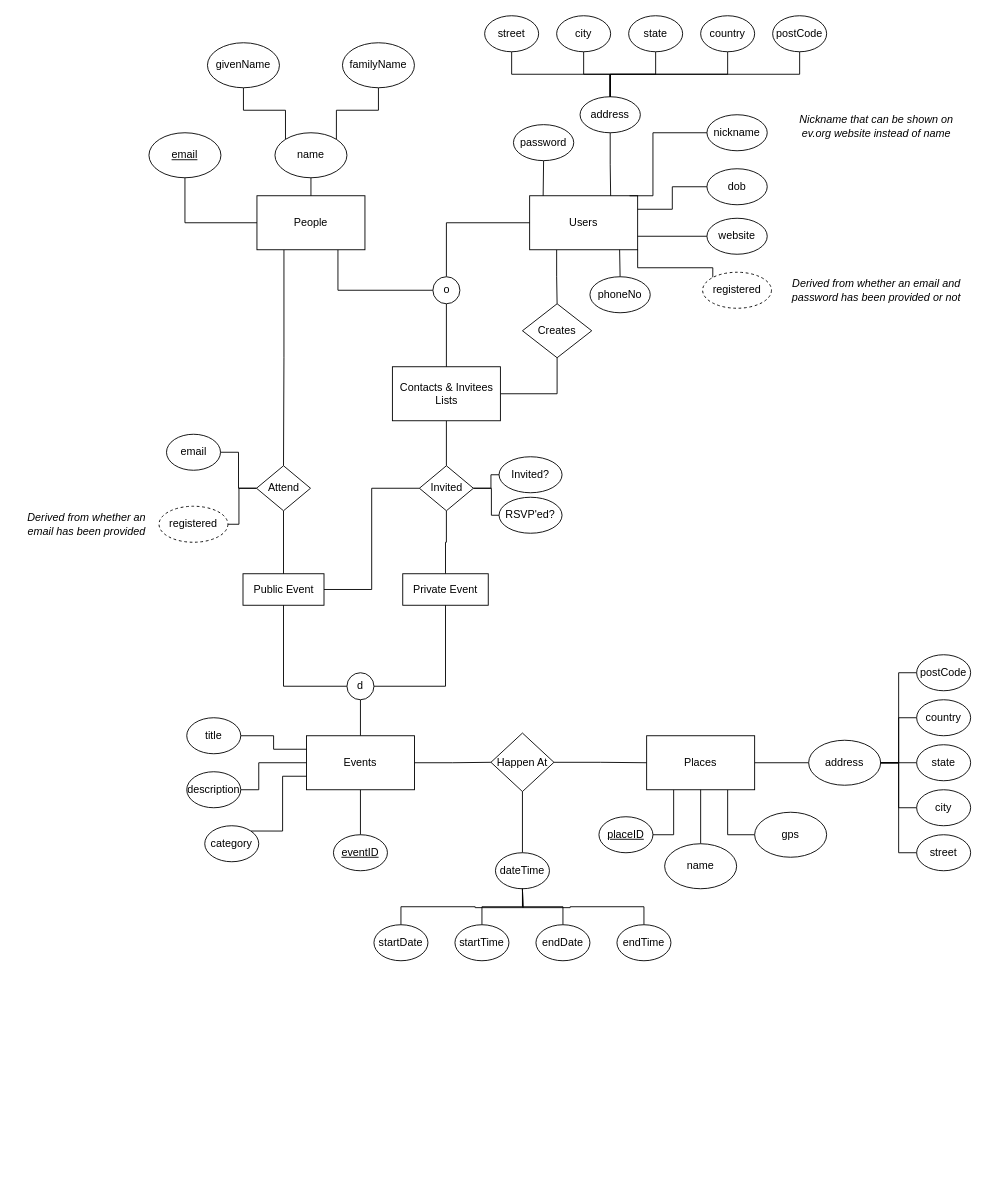
This is Week3assignment1.drawio from drewmillerwilson/demo-repo, a draw.io file, before an edit. Source tidied: cells renumbered, new cells numbered last; positions are measured from the earlier drawing's top-left corner, leaving out a move shared by most shapes. Both pictures are drawn from the tidied source at 90%, with x=0, y=0 at pixel (14, 15).
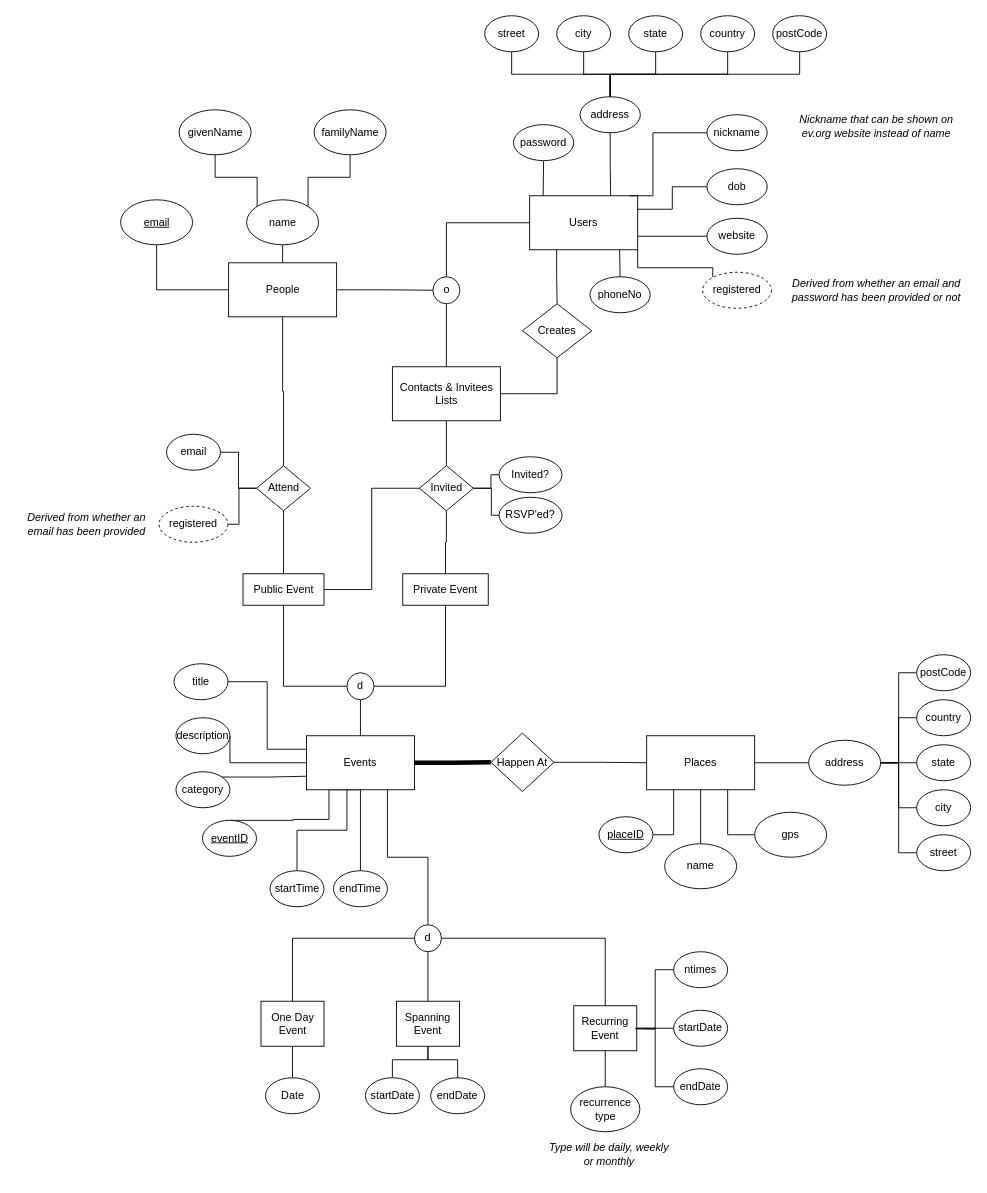
Above is the later version.

The change refers to these unchanged cells:
```xml
<mxCell id="11" value="Events" style="rounded=0;whiteSpace=wrap;html=1;" parent="1" vertex="1">
  <mxGeometry x="324" y="800" width="120" height="60" as="geometry" />
</mxCell>
<mxCell id="70" value="Happen At" style="rhombus;whiteSpace=wrap;html=1;" parent="1" vertex="1">
  <mxGeometry x="529" y="797" width="70" height="65" as="geometry" />
</mxCell>
<mxCell id="76" value="Attend" style="rhombus;whiteSpace=wrap;html=1;" parent="1" vertex="1">
  <mxGeometry x="268.5" y="500" width="60" height="50" as="geometry" />
</mxCell>
<mxCell id="100" value="o" style="ellipse;whiteSpace=wrap;html=1;" parent="1" vertex="1">
  <mxGeometry x="464.5" y="290" width="30" height="30" as="geometry" />
</mxCell>
```

Change to the diagram source:
```diff
@@
-    <mxCell id="2" style="edgeStyle=orthogonalEdgeStyle;rounded=0;jettySize=auto;html=1;exitX=0.25;exitY=1;exitDx=0;exitDy=0;entryX=0.5;entryY=0;entryDx=0;entryDy=0;endArrow=none;endFill=0;" parent="1" edge="1" source="4" target="76">
+    <mxCell id="2" style="edgeStyle=orthogonalEdgeStyle;rounded=0;jettySize=auto;html=1;exitX=0.5;exitY=1;exitDx=0;exitDy=0;entryX=0.5;entryY=0;entryDx=0;entryDy=0;endArrow=none;endFill=0;strokeWidth=1;" parent="1" edge="1" source="4" target="76">
       <mxGeometry relative="1" as="geometry" />
     </mxCell>
-    <mxCell id="3" style="edgeStyle=orthogonalEdgeStyle;rounded=0;jettySize=auto;html=1;exitX=0.75;exitY=1;exitDx=0;exitDy=0;entryX=0;entryY=0.5;entryDx=0;entryDy=0;endArrow=none;endFill=0;" parent="1" edge="1" source="4" target="100">
+    <mxCell id="3" style="edgeStyle=orthogonalEdgeStyle;rounded=0;jettySize=auto;html=1;exitX=1;exitY=0.5;exitDx=0;exitDy=0;entryX=0;entryY=0.5;entryDx=0;entryDy=0;endArrow=none;endFill=0;strokeWidth=1;" parent="1" edge="1" source="4" target="100">
       <mxGeometry relative="1" as="geometry" />
     </mxCell>
     <mxCell id="4" value="People" style="rounded=0;whiteSpace=wrap;html=1;" parent="1" vertex="1">
-      <mxGeometry x="269" y="200" width="120" height="60" as="geometry" />
+      <mxGeometry x="237.5" y="274.5" width="120" height="60" as="geometry" />
     </mxCell>
@@
-    <mxCell id="8" style="edgeStyle=orthogonalEdgeStyle;rounded=0;jettySize=auto;html=1;exitX=1;exitY=0.5;exitDx=0;exitDy=0;entryX=0;entryY=0.5;entryDx=0;entryDy=0;endArrow=none;endFill=0;" parent="1" edge="1" source="11" target="70">
+    <mxCell id="8" style="edgeStyle=orthogonalEdgeStyle;rounded=0;jettySize=auto;html=1;exitX=1;exitY=0.5;exitDx=0;exitDy=0;entryX=0;entryY=0.5;entryDx=0;entryDy=0;endArrow=none;endFill=0;strokeWidth=5;" parent="1" edge="1" source="11" target="70">
       <mxGeometry relative="1" as="geometry" />
     </mxCell>
@@
     <mxCell id="10" style="edgeStyle=orthogonalEdgeStyle;rounded=0;jettySize=auto;html=1;exitX=0.5;exitY=1;exitDx=0;exitDy=0;entryX=0.5;entryY=0;entryDx=0;entryDy=0;endArrow=none;endFill=0;" parent="1" edge="1" source="11" target="101">
-      <mxGeometry relative="1" as="geometry" />
+      <mxGeometry relative="1" as="geometry">
+        <Array as="points">
+          <mxPoint x="349" y="860" />
+          <mxPoint x="349" y="893" />
+          <mxPoint x="309" y="893" />
+        </Array>
+      </mxGeometry>
     </mxCell>
+    <mxCell id="109" style="edgeStyle=orthogonalEdgeStyle;rounded=0;jettySize=auto;html=1;exitX=0.75;exitY=1;exitDx=0;exitDy=0;entryX=0.5;entryY=0;entryDx=0;entryDy=0;endArrow=none;endFill=0;" parent="1" edge="1" source="11" target="113">
+      <mxGeometry relative="1" as="geometry" />
+    </mxCell>
@@
     <mxCell id="26" value="email" style="ellipse;whiteSpace=wrap;html=1;fontStyle=4;" parent="1" vertex="1">
-      <mxGeometry x="149" y="130" width="80" height="50" as="geometry" />
+      <mxGeometry x="117.5" y="204.5" width="80" height="50" as="geometry" />
     </mxCell>
@@
     <mxCell id="28" value="name" style="ellipse;whiteSpace=wrap;html=1;" parent="1" vertex="1">
-      <mxGeometry x="289" y="130" width="80" height="50" as="geometry" />
+      <mxGeometry x="257.5" y="204.5" width="80" height="50" as="geometry" />
     </mxCell>
@@
     <mxCell id="30" value="givenName" style="ellipse;whiteSpace=wrap;html=1;" parent="1" vertex="1">
-      <mxGeometry x="214" y="30" width="80" height="50" as="geometry" />
+      <mxGeometry x="182.5" y="104.5" width="80" height="50" as="geometry" />
     </mxCell>
@@
     <mxCell id="32" value="familyName" style="ellipse;whiteSpace=wrap;html=1;" parent="1" vertex="1">
-      <mxGeometry x="364" y="30" width="80" height="50" as="geometry" />
+      <mxGeometry x="332.5" y="104.5" width="80" height="50" as="geometry" />
     </mxCell>
@@
     <mxCell id="80" value="title" style="ellipse;whiteSpace=wrap;html=1;" parent="1" vertex="1">
-      <mxGeometry x="191" y="780" width="60" height="40" as="geometry" />
+      <mxGeometry x="176.8" y="720" width="60" height="40" as="geometry" />
     </mxCell>
     <mxCell id="81" style="edgeStyle=orthogonalEdgeStyle;rounded=0;jettySize=auto;html=1;exitX=1;exitY=0.5;exitDx=0;exitDy=0;entryX=0;entryY=0.5;entryDx=0;entryDy=0;endArrow=none;endFill=0;" parent="1" edge="1" source="82" target="11">
       <mxGeometry relative="1" as="geometry">
         <Array as="points">
-          <mxPoint x="271" y="860" />
-          <mxPoint x="271" y="830" />
+          <mxPoint x="239" y="830" />
         </Array>
       </mxGeometry>
     </mxCell>
     <mxCell id="82" value="description" style="ellipse;whiteSpace=wrap;html=1;" parent="1" vertex="1">
-      <mxGeometry x="191" y="840" width="60" height="40" as="geometry" />
+      <mxGeometry x="179" y="780" width="60" height="40" as="geometry" />
     </mxCell>
@@
     <mxCell id="84" value="category" style="ellipse;whiteSpace=wrap;html=1;" parent="1" vertex="1">
-      <mxGeometry x="211" y="900" width="60" height="40" as="geometry" />
+      <mxGeometry x="179" y="840" width="60" height="40" as="geometry" />
     </mxCell>
-    <mxCell id="85" style="edgeStyle=orthogonalEdgeStyle;rounded=0;jettySize=auto;html=1;exitX=0.5;exitY=0;exitDx=0;exitDy=0;entryX=0.5;entryY=1;entryDx=0;entryDy=0;endArrow=none;endFill=0;" parent="1" edge="1" source="86" target="70">
-      <mxGeometry relative="1" as="geometry" />
-    </mxCell>
-    <mxCell id="86" value="dateTime" style="ellipse;whiteSpace=wrap;html=1;" parent="1" vertex="1">
-      <mxGeometry x="534" y="930" width="60" height="40" as="geometry" />
-    </mxCell>
-    <mxCell id="87" style="edgeStyle=orthogonalEdgeStyle;rounded=0;jettySize=auto;html=1;exitX=0.5;exitY=0;exitDx=0;exitDy=0;endArrow=none;endFill=0;" parent="1" edge="1" source="88">
-      <mxGeometry relative="1" as="geometry">
-        <mxPoint x="564" y="970" as="targetPoint" />
-      </mxGeometry>
-    </mxCell>
-    <mxCell id="88" value="startDate" style="ellipse;whiteSpace=wrap;html=1;" parent="1" vertex="1">
-      <mxGeometry x="399" y="1010" width="60" height="40" as="geometry" />
-    </mxCell>
-    <mxCell id="89" style="edgeStyle=orthogonalEdgeStyle;rounded=0;jettySize=auto;html=1;exitX=0.5;exitY=0;exitDx=0;exitDy=0;entryX=0.5;entryY=1;entryDx=0;entryDy=0;endArrow=none;endFill=0;" parent="1" edge="1" source="90" target="86">
-      <mxGeometry relative="1" as="geometry" />
-    </mxCell>
+    <mxCell id="110" style="edgeStyle=orthogonalEdgeStyle;rounded=0;jettySize=auto;html=1;exitX=0.5;exitY=0;exitDx=0;exitDy=0;entryX=0.375;entryY=1;entryDx=0;entryDy=0;entryPerimeter=0;endArrow=none;endFill=0;strokeWidth=1;" parent="1" edge="1" source="90" target="11">
+      <mxGeometry relative="1" as="geometry" />
+    </mxCell>
     <mxCell id="90" value="startTime" style="ellipse;whiteSpace=wrap;html=1;" parent="1" vertex="1">
-      <mxGeometry x="489" y="1010" width="60" height="40" as="geometry" />
+      <mxGeometry x="283.5" y="950" width="60" height="40" as="geometry" />
     </mxCell>
-    <mxCell id="91" style="edgeStyle=orthogonalEdgeStyle;rounded=0;jettySize=auto;html=1;exitX=0.5;exitY=0;exitDx=0;exitDy=0;endArrow=none;endFill=0;" parent="1" edge="1" source="92">
-      <mxGeometry relative="1" as="geometry">
-        <mxPoint x="564" y="970" as="targetPoint" />
-      </mxGeometry>
-    </mxCell>
-    <mxCell id="92" value="endDate" style="ellipse;whiteSpace=wrap;html=1;" parent="1" vertex="1">
-      <mxGeometry x="579" y="1010" width="60" height="40" as="geometry" />
-    </mxCell>
-    <mxCell id="93" style="edgeStyle=orthogonalEdgeStyle;rounded=0;jettySize=auto;html=1;exitX=0.5;exitY=0;exitDx=0;exitDy=0;endArrow=none;endFill=0;" parent="1" edge="1" source="94">
-      <mxGeometry relative="1" as="geometry">
-        <mxPoint x="564" y="970" as="targetPoint" />
-      </mxGeometry>
-    </mxCell>
+    <mxCell id="111" style="edgeStyle=orthogonalEdgeStyle;rounded=0;jettySize=auto;html=1;exitX=0.5;exitY=0;exitDx=0;exitDy=0;entryX=0.5;entryY=1;entryDx=0;entryDy=0;endArrow=none;endFill=0;strokeWidth=1;" parent="1" edge="1" source="94" target="11">
+      <mxGeometry relative="1" as="geometry" />
+    </mxCell>
     <mxCell id="94" value="endTime" style="ellipse;whiteSpace=wrap;html=1;" parent="1" vertex="1">
-      <mxGeometry x="669" y="1010" width="60" height="40" as="geometry" />
+      <mxGeometry x="354" y="950" width="60" height="40" as="geometry" />
     </mxCell>
@@
     <mxCell id="101" value="eventID" style="ellipse;whiteSpace=wrap;html=1;fontStyle=4;" parent="1" vertex="1">
-      <mxGeometry x="354" y="910" width="60" height="40" as="geometry" />
+      <mxGeometry x="208.5" y="894" width="60" height="40" as="geometry" />
     </mxCell>
@@
+    <mxCell id="112" style="edgeStyle=orthogonalEdgeStyle;rounded=0;jettySize=auto;html=1;exitX=0.5;exitY=1;exitDx=0;exitDy=0;entryX=0.5;entryY=0;entryDx=0;entryDy=0;endArrow=none;endFill=0;strokeWidth=1;" parent="1" edge="1" source="113" target="121">
+      <mxGeometry relative="1" as="geometry" />
+    </mxCell>
+    <mxCell id="113" value="d" style="ellipse;whiteSpace=wrap;html=1;" parent="1" vertex="1">
+      <mxGeometry x="444" y="1010" width="30" height="30" as="geometry" />
+    </mxCell>
+    <mxCell id="114" style="edgeStyle=orthogonalEdgeStyle;rounded=0;jettySize=auto;html=1;exitX=0.5;exitY=0;exitDx=0;exitDy=0;entryX=0;entryY=0.5;entryDx=0;entryDy=0;endArrow=none;endFill=0;" parent="1" edge="1" source="116" target="113">
+      <mxGeometry relative="1" as="geometry" />
+    </mxCell>
+    <mxCell id="115" style="edgeStyle=orthogonalEdgeStyle;rounded=0;jettySize=auto;html=1;exitX=0.5;exitY=1;exitDx=0;exitDy=0;entryX=0.5;entryY=0;entryDx=0;entryDy=0;endArrow=none;endFill=0;strokeWidth=1;" parent="1" edge="1" source="116" target="122">
+      <mxGeometry relative="1" as="geometry" />
+    </mxCell>
+    <mxCell id="116" value="One Day Event" style="rounded=0;whiteSpace=wrap;html=1;" parent="1" vertex="1">
+      <mxGeometry x="273.5" y="1095" width="70" height="50" as="geometry" />
+    </mxCell>
+    <mxCell id="117" style="edgeStyle=orthogonalEdgeStyle;rounded=0;jettySize=auto;html=1;exitX=0.5;exitY=0;exitDx=0;exitDy=0;entryX=1;entryY=0.5;entryDx=0;entryDy=0;endArrow=none;endFill=0;" parent="1" edge="1" source="119" target="113">
+      <mxGeometry relative="1" as="geometry" />
+    </mxCell>
+    <mxCell id="118" style="edgeStyle=orthogonalEdgeStyle;rounded=0;jettySize=auto;html=1;exitX=1;exitY=0.5;exitDx=0;exitDy=0;entryX=0;entryY=0.5;entryDx=0;entryDy=0;endArrow=none;endFill=0;strokeWidth=1;" parent="1" edge="1" source="119" target="120">
+      <mxGeometry relative="1" as="geometry" />
+    </mxCell>
+    <mxCell id="119" value="Recurring Event" style="rounded=0;whiteSpace=wrap;html=1;" parent="1" vertex="1">
+      <mxGeometry x="621" y="1100" width="70" height="50" as="geometry" />
+    </mxCell>
+    <mxCell id="120" value="ntimes" style="ellipse;whiteSpace=wrap;html=1;" parent="1" vertex="1">
+      <mxGeometry x="732" y="1040" width="60" height="40" as="geometry" />
+    </mxCell>
+    <mxCell id="121" value="Spanning Event" style="rounded=0;whiteSpace=wrap;html=1;" parent="1" vertex="1">
+      <mxGeometry x="424" y="1095" width="70" height="50" as="geometry" />
+    </mxCell>
+    <mxCell id="122" value="Date" style="ellipse;whiteSpace=wrap;html=1;" parent="1" vertex="1">
+      <mxGeometry x="278.5" y="1180" width="60" height="40" as="geometry" />
+    </mxCell>
+    <mxCell id="123" style="edgeStyle=orthogonalEdgeStyle;rounded=0;jettySize=auto;html=1;exitX=0.5;exitY=0;exitDx=0;exitDy=0;entryX=0.5;entryY=1;entryDx=0;entryDy=0;endArrow=none;endFill=0;strokeWidth=1;" parent="1" edge="1" source="124" target="121">
+      <mxGeometry relative="1" as="geometry" />
+    </mxCell>
+    <mxCell id="124" value="startDate" style="ellipse;whiteSpace=wrap;html=1;" parent="1" vertex="1">
+      <mxGeometry x="389.5" y="1180" width="60" height="40" as="geometry" />
+    </mxCell>
+    <mxCell id="125" style="edgeStyle=orthogonalEdgeStyle;rounded=0;jettySize=auto;html=1;exitX=0.5;exitY=0;exitDx=0;exitDy=0;entryX=0.5;entryY=1;entryDx=0;entryDy=0;endArrow=none;endFill=0;strokeWidth=1;" parent="1" edge="1" source="126" target="121">
+      <mxGeometry relative="1" as="geometry" />
+    </mxCell>
+    <mxCell id="126" value="endDate" style="ellipse;whiteSpace=wrap;html=1;" parent="1" vertex="1">
+      <mxGeometry x="462" y="1180" width="60" height="40" as="geometry" />
+    </mxCell>
+    <mxCell id="127" style="edgeStyle=orthogonalEdgeStyle;rounded=0;jettySize=auto;html=1;exitX=0;exitY=0.5;exitDx=0;exitDy=0;endArrow=none;endFill=0;strokeWidth=1;" parent="1" edge="1" source="128">
+      <mxGeometry relative="1" as="geometry">
+        <mxPoint x="689" y="1125.6" as="targetPoint" />
+      </mxGeometry>
+    </mxCell>
+    <mxCell id="128" value="startDate" style="ellipse;whiteSpace=wrap;html=1;" parent="1" vertex="1">
+      <mxGeometry x="732" y="1105" width="60" height="40" as="geometry" />
+    </mxCell>
+    <mxCell id="129" style="edgeStyle=orthogonalEdgeStyle;rounded=0;jettySize=auto;html=1;exitX=0;exitY=0.5;exitDx=0;exitDy=0;entryX=1;entryY=0.5;entryDx=0;entryDy=0;endArrow=none;endFill=0;strokeWidth=1;" parent="1" edge="1" source="130" target="119">
+      <mxGeometry relative="1" as="geometry" />
+    </mxCell>
+    <mxCell id="130" value="endDate" style="ellipse;whiteSpace=wrap;html=1;" parent="1" vertex="1">
+      <mxGeometry x="732" y="1170" width="60" height="40" as="geometry" />
+    </mxCell>
+    <mxCell id="131" style="edgeStyle=orthogonalEdgeStyle;rounded=0;jettySize=auto;html=1;exitX=0.5;exitY=0;exitDx=0;exitDy=0;entryX=0.5;entryY=1;entryDx=0;entryDy=0;endArrow=none;endFill=0;strokeWidth=1;" parent="1" edge="1" source="132" target="119">
+      <mxGeometry relative="1" as="geometry" />
+    </mxCell>
+    <mxCell id="132" value="recurrence type" style="ellipse;whiteSpace=wrap;html=1;" parent="1" vertex="1">
+      <mxGeometry x="617.5" y="1190" width="77" height="50" as="geometry" />
+    </mxCell>
+    <mxCell id="133" value="Type will be daily, weekly &lt;br&gt;or monthly" style="text;html=1;strokeColor=none;fillColor=none;align=center;verticalAlign=middle;whiteSpace=wrap;rounded=0;fontStyle=2;" parent="1" vertex="1">
+      <mxGeometry x="589" y="1240" width="143" height="50" as="geometry" />
+    </mxCell>
```
